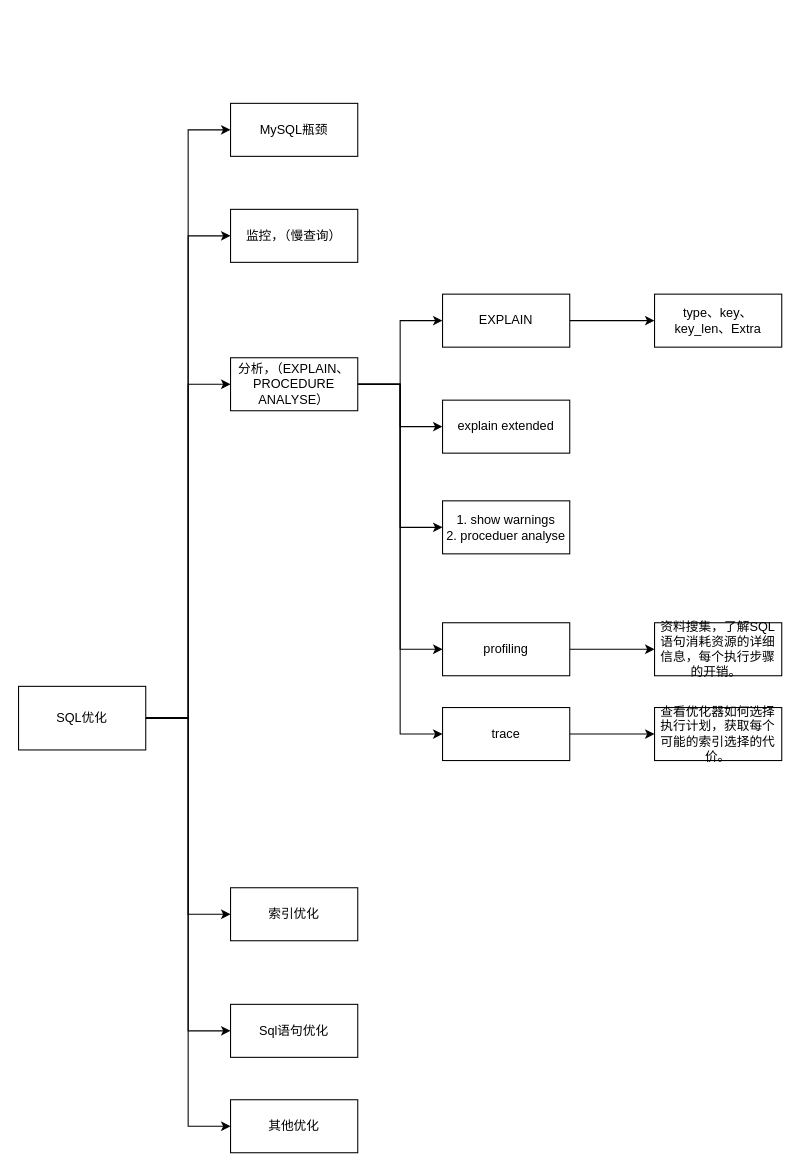
Above: images/draw/SQLOptimize.drawio in wt1814/wt1814.github.io (draw.io), before the change. Source tidied: cells renumbered, new cells numbered last; positions are measured from the earlier drawing's top-left corner, leaving out a move shared by most shapes. Both pictures are drawn from the tidied source at 106%, with x=0, y=0 at pixel (18, 103).
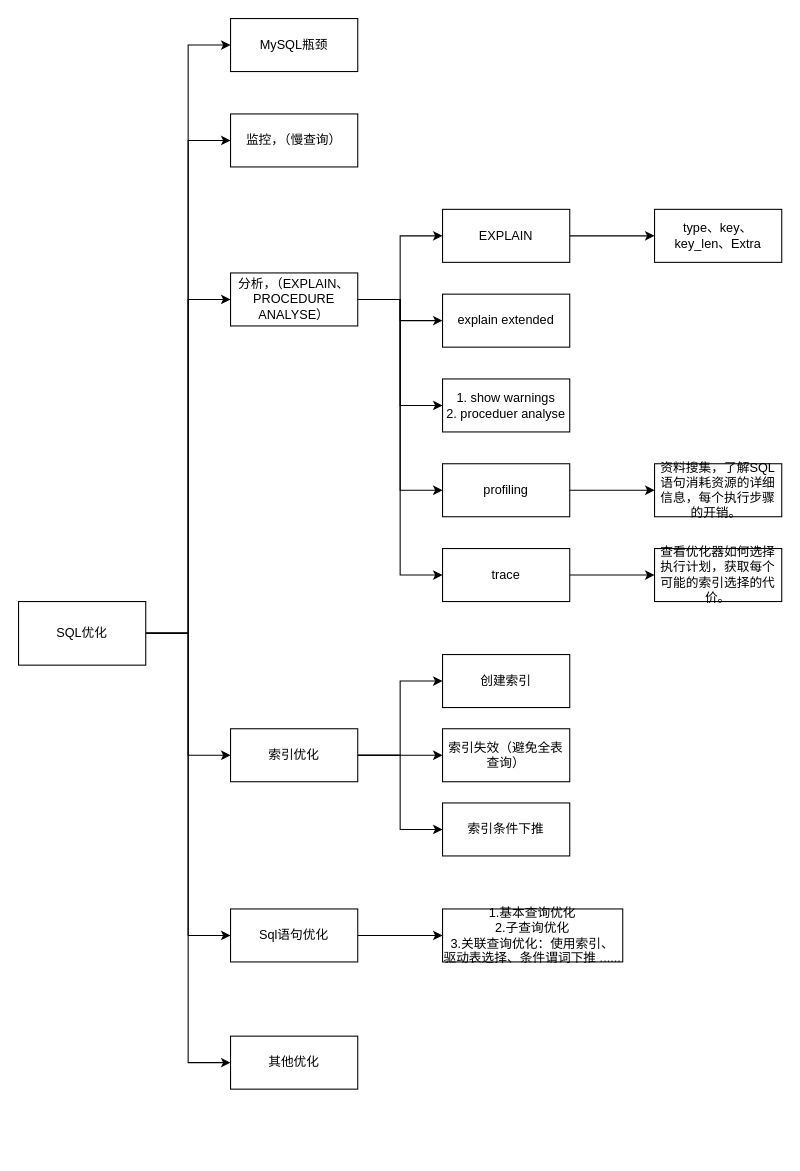
Above is the later version.

The edit, as a diff of the source:
```diff
@@
     <mxCell id="8" value="SQL优化" style="rounded=0;whiteSpace=wrap;html=1;" parent="1" vertex="1">
-      <mxGeometry y="550" width="120" height="60" as="geometry" />
+      <mxGeometry y="470" width="120" height="60" as="geometry" />
     </mxCell>
     <mxCell id="9" value="MySQL瓶颈" style="rounded=0;whiteSpace=wrap;html=1;" parent="1" vertex="1">
-      <mxGeometry x="200" width="120" height="50" as="geometry" />
+      <mxGeometry x="200" y="-80" width="120" height="50" as="geometry" />
     </mxCell>
     <mxCell id="10" value="监控，（慢查询）" style="rounded=0;whiteSpace=wrap;html=1;" parent="1" vertex="1">
-      <mxGeometry x="200" y="100" width="120" height="50" as="geometry" />
+      <mxGeometry x="200" y="10" width="120" height="50" as="geometry" />
     </mxCell>
@@
     <mxCell id="16" value="分析，（EXPLAIN、PROCEDURE ANALYSE）" style="rounded=0;whiteSpace=wrap;html=1;" parent="1" vertex="1">
-      <mxGeometry x="200" y="240" width="120" height="50" as="geometry" />
+      <mxGeometry x="200" y="160" width="120" height="50" as="geometry" />
     </mxCell>
+    <mxCell id="31" style="edgeStyle=orthogonalEdgeStyle;rounded=0;jettySize=auto;html=1;" parent="1" edge="1" source="17" target="38">
+      <mxGeometry relative="1" as="geometry" />
+    </mxCell>
     <mxCell id="17" value="Sql语句优化" style="rounded=0;whiteSpace=wrap;html=1;" parent="1" vertex="1">
-      <mxGeometry x="200" y="850" width="120" height="50" as="geometry" />
+      <mxGeometry x="200" y="760" width="120" height="50" as="geometry" />
     </mxCell>
     <mxCell id="18" value="其他优化" style="rounded=0;whiteSpace=wrap;html=1;" parent="1" vertex="1">
-      <mxGeometry x="200" y="940" width="120" height="50" as="geometry" />
+      <mxGeometry x="200" y="880" width="120" height="50" as="geometry" />
     </mxCell>
@@
     <mxCell id="20" value="EXPLAIN" style="rounded=0;whiteSpace=wrap;html=1;" parent="1" vertex="1">
-      <mxGeometry x="400" y="180" width="120" height="50" as="geometry" />
+      <mxGeometry x="400" y="100" width="120" height="50" as="geometry" />
     </mxCell>
     <mxCell id="21" value="&lt;div&gt;1. show warnings&lt;/div&gt;&lt;div&gt;2. proceduer analyse&lt;/div&gt;" style="rounded=0;whiteSpace=wrap;html=1;" parent="1" vertex="1">
-      <mxGeometry x="400" y="375" width="120" height="50" as="geometry" />
+      <mxGeometry x="400" y="260" width="120" height="50" as="geometry" />
     </mxCell>
     <mxCell id="22" value="explain extended" style="rounded=0;whiteSpace=wrap;html=1;" parent="1" vertex="1">
-      <mxGeometry x="400" y="280" width="120" height="50" as="geometry" />
+      <mxGeometry x="400" y="180" width="120" height="50" as="geometry" />
     </mxCell>
@@
     <mxCell id="24" value="trace" style="rounded=0;whiteSpace=wrap;html=1;" parent="1" vertex="1">
-      <mxGeometry x="400" y="570" width="120" height="50" as="geometry" />
+      <mxGeometry x="400" y="420" width="120" height="50" as="geometry" />
     </mxCell>
@@
     <mxCell id="26" value="profiling" style="rounded=0;whiteSpace=wrap;html=1;" parent="1" vertex="1">
-      <mxGeometry x="400" y="490" width="120" height="50" as="geometry" />
+      <mxGeometry x="400" y="340" width="120" height="50" as="geometry" />
     </mxCell>
     <mxCell id="27" value="资料搜集，了解SQL语句消耗资源的详细信息，每个执行步骤的开销。&amp;nbsp;" style="rounded=0;whiteSpace=wrap;html=1;" parent="1" vertex="1">
-      <mxGeometry x="600" y="490" width="120" height="50" as="geometry" />
+      <mxGeometry x="600" y="340" width="120" height="50" as="geometry" />
     </mxCell>
     <mxCell id="28" value="查看优化器如何选择执行计划，获取每个可能的索引选择的代价。" style="rounded=0;whiteSpace=wrap;html=1;" parent="1" vertex="1">
-      <mxGeometry x="600" y="570" width="120" height="50" as="geometry" />
+      <mxGeometry x="600" y="420" width="120" height="50" as="geometry" />
     </mxCell>
     <mxCell id="29" value="type、key、key_len、Extra" style="rounded=0;whiteSpace=wrap;html=1;" parent="1" vertex="1">
-      <mxGeometry x="600" y="180" width="120" height="50" as="geometry" />
+      <mxGeometry x="600" y="100" width="120" height="50" as="geometry" />
     </mxCell>
+    <mxCell id="32" style="edgeStyle=orthogonalEdgeStyle;rounded=0;jettySize=auto;html=1;entryX=0;entryY=0.5;entryDx=0;entryDy=0;" parent="1" edge="1" source="30" target="37">
+      <mxGeometry relative="1" as="geometry" />
+    </mxCell>
+    <mxCell id="33" style="edgeStyle=orthogonalEdgeStyle;rounded=0;jettySize=auto;html=1;entryX=0;entryY=0.5;entryDx=0;entryDy=0;" parent="1" edge="1" source="30" target="35">
+      <mxGeometry relative="1" as="geometry" />
+    </mxCell>
+    <mxCell id="34" style="edgeStyle=orthogonalEdgeStyle;rounded=0;jettySize=auto;html=1;entryX=0;entryY=0.5;entryDx=0;entryDy=0;" parent="1" edge="1" source="30" target="36">
+      <mxGeometry relative="1" as="geometry" />
+    </mxCell>
     <mxCell id="30" value="索引优化" style="rounded=0;whiteSpace=wrap;html=1;" parent="1" vertex="1">
-      <mxGeometry x="200" y="740" width="120" height="50" as="geometry" />
+      <mxGeometry x="200" y="590" width="120" height="50" as="geometry" />
     </mxCell>
+    <mxCell id="35" value="创建索引" style="rounded=0;whiteSpace=wrap;html=1;" parent="1" vertex="1">
+      <mxGeometry x="400" y="520" width="120" height="50" as="geometry" />
+    </mxCell>
+    <mxCell id="36" value="索引条件下推" style="rounded=0;whiteSpace=wrap;html=1;" parent="1" vertex="1">
+      <mxGeometry x="400" y="660" width="120" height="50" as="geometry" />
+    </mxCell>
+    <mxCell id="37" value="索引失效（避免全表查询）" style="rounded=0;whiteSpace=wrap;html=1;" parent="1" vertex="1">
+      <mxGeometry x="400" y="590" width="120" height="50" as="geometry" />
+    </mxCell>
+    <mxCell id="38" value="&lt;div&gt;1.基本查询优化&lt;/div&gt;&lt;div&gt;2.子查询优化&lt;/div&gt;&lt;div&gt;3.关联查询优化：使用索引、 驱动表选择、条件谓词下推 ......&lt;/div&gt;" style="rounded=0;whiteSpace=wrap;html=1;" parent="1" vertex="1">
+      <mxGeometry x="400" y="760" width="170" height="50" as="geometry" />
+    </mxCell>
```
